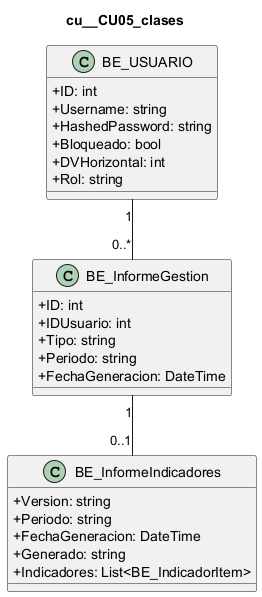
The PlantUML diagram docs/diagramas/uml_png/cu__CU05_clases.png in L-Muniz/uai-diploma_2026, before a commit. Source of this version:
```plantuml
@startuml
skinparam classAttributeIconSize 0
title cu__CU05_clases
class "BE_USUARIO" as USUARIO {
  +ID: int
  +Username: string
  +HashedPassword: string
  +Bloqueado: bool
  +DVHorizontal: int
  +Rol: string
}
class "BE_InformeGestion" as INFORME {
  +ID: int
  +IDUsuario: int
  +Tipo: string
  +Periodo: string
  +FechaGeneracion: DateTime
}
class "BE_InformeIndicadores" as IND {
  +Version: string
  +Periodo: string
  +FechaGeneracion: DateTime
  +Generado: string
  +Indicadores: List<BE_IndicadorItem>
}
USUARIO "1" -- "0..*" INFORME
INFORME "1" -- "0..1" IND
@enduml
```
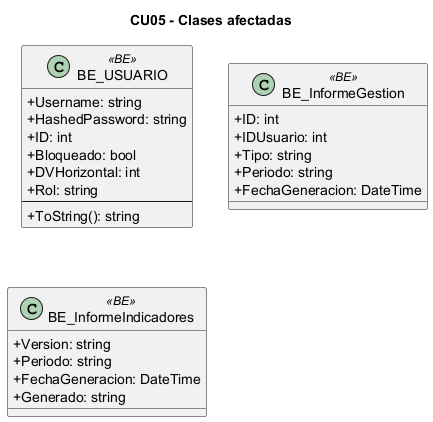
Above is the later version.

What changed in the source:
```diff
@@ -1,28 +1,27 @@
 @startuml
 skinparam classAttributeIconSize 0
-title cu__CU05_clases
-class "BE_USUARIO" as USUARIO {
-  +ID: int
+title CU05 - Clases afectadas
+class "BE_USUARIO" as BE_USUARIO <<BE>> {
   +Username: string
   +HashedPassword: string
+  +ID: int
   +Bloqueado: bool
   +DVHorizontal: int
   +Rol: string
+  --
+  +ToString(): string
 }
-class "BE_InformeGestion" as INFORME {
+class "BE_InformeGestion" as BE_InformeGestion <<BE>> {
   +ID: int
   +IDUsuario: int
   +Tipo: string
   +Periodo: string
   +FechaGeneracion: DateTime
 }
-class "BE_InformeIndicadores" as IND {
+class "BE_InformeIndicadores" as BE_InformeIndicadores <<BE>> {
   +Version: string
   +Periodo: string
   +FechaGeneracion: DateTime
   +Generado: string
-  +Indicadores: List<BE_IndicadorItem>
 }
-USUARIO "1" -- "0..*" INFORME
-INFORME "1" -- "0..1" IND
 @enduml
```
